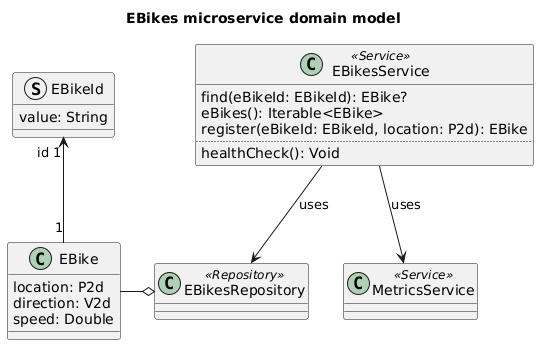
The PlantUML diagram doc/diagrams/ebikes-microservice-domain-model.png in Ventus218/SAP-assignment-02, before a commit.
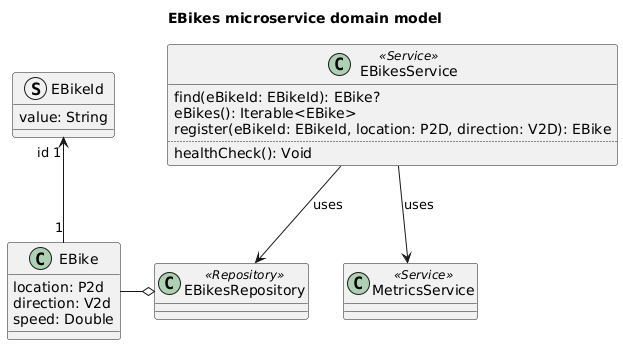
The same diagram one commit later.

Commit message:
Automatically generated PlantUML diagrams

The edit, as a diff of the source:
```diff
@@ -18,7 +18,7 @@
 class EBikesService <<Service>> {
     find(eBikeId: EBikeId): EBike?
     eBikes(): Iterable<EBike>
-    register(eBikeId: EBikeId, location: P2d): EBike
+    register(eBikeId: EBikeId, location: P2D, direction: V2D): EBike
     ..
     healthCheck(): Void
 }
```
